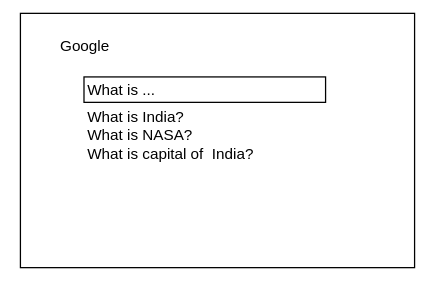
Earlier version of the draw.io export System Design/Untitled Diagram.svg (Chitlangia-Vedant/Obsidian). Source tidied: cells renumbered, new cells last; positions are measured from the earlier drawing's top-left corner, leaving out a move shared by most shapes.
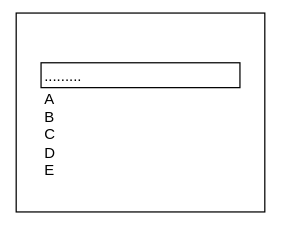
Later version of the same file.

The edit, as a diff of the source:
```diff
@@ -3,16 +3,16 @@
     <mxCell id="0" />
     <mxCell id="1" parent="0" />
     <mxCell id="2" style="rounded=0;whiteSpace=wrap;html=1;" parent="1" vertex="1">
-      <mxGeometry width="310" height="200" as="geometry" />
+      <mxGeometry x="50" y="80" width="200" height="160" as="geometry" />
     </mxCell>
+    <mxCell id="5" style="edgeStyle=none;html=1;" parent="1" edge="1" source="3" target="6">
+      <mxGeometry relative="1" as="geometry" />
+    </mxCell>
-    <mxCell id="3" value="Google" style="text;html=1;strokeColor=none;fillColor=none;align=center;verticalAlign=middle;whiteSpace=wrap;rounded=0;" parent="1" vertex="1">
-      <mxGeometry width="100" height="50" as="geometry" />
+    <mxCell id="3" value="........." style="rounded=0;whiteSpace=wrap;html=1;align=left;" parent="1" vertex="1">
+      <mxGeometry x="70" y="120" width="160" height="20" as="geometry" />
     </mxCell>
-    <mxCell id="4" value="What is ..." style="rounded=0;whiteSpace=wrap;html=1;align=left;" parent="1" vertex="1">
-      <mxGeometry x="50" y="50" width="190" height="20" as="geometry" />
-    </mxCell>
-    <mxCell id="5" value="What is India?&lt;br&gt;What is NASA?&lt;br&gt;What is capital of&amp;nbsp; India?" style="text;html=1;strokeColor=none;fillColor=none;align=left;verticalAlign=middle;whiteSpace=wrap;rounded=0;" parent="1" vertex="1">
-      <mxGeometry x="50" y="70" width="190" height="50" as="geometry" />
-    </mxCell>
+    <mxCell id="6" value="A&lt;br&gt;B&lt;br&gt;C&lt;br&gt;D&lt;br&gt;E" style="text;html=1;strokeColor=none;fillColor=none;align=left;verticalAlign=middle;whiteSpace=wrap;rounded=0;" parent="1" vertex="1">
+      <mxGeometry x="70" y="140" width="160" height="75" as="geometry" />
+    </mxCell>
   </root>
 </mxGraphModel>
```
